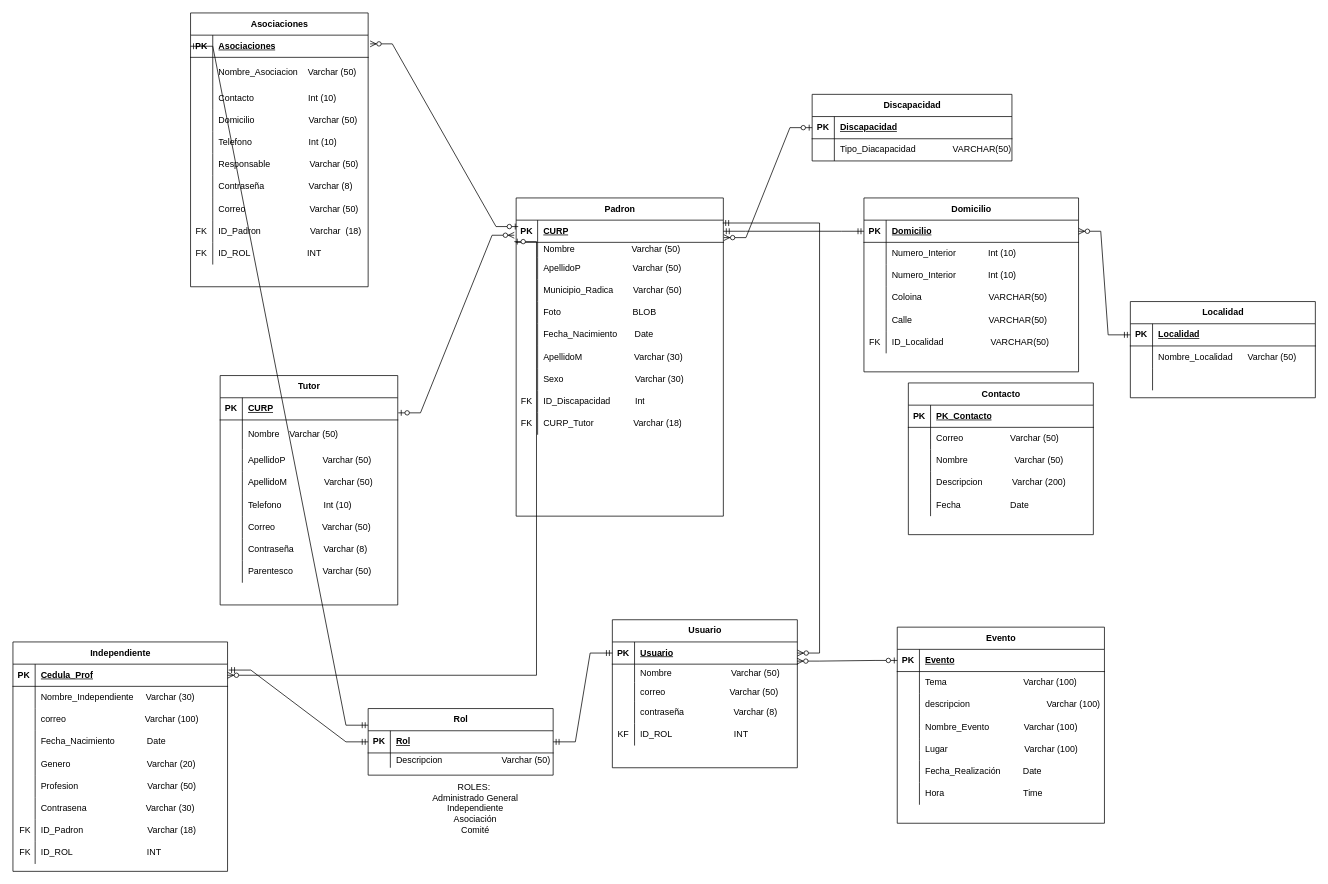
Above: diccionario_de_datos.drawio in OSCARCH2002/diagramas (draw.io), before the change. Source tidied: cells renumbered, new cells numbered last; positions are measured from the earlier drawing's top-left corner, leaving out a move shared by most shapes. Both pictures are drawn from the tidied source at 74%, with x=0, y=0 at pixel (13, 13).
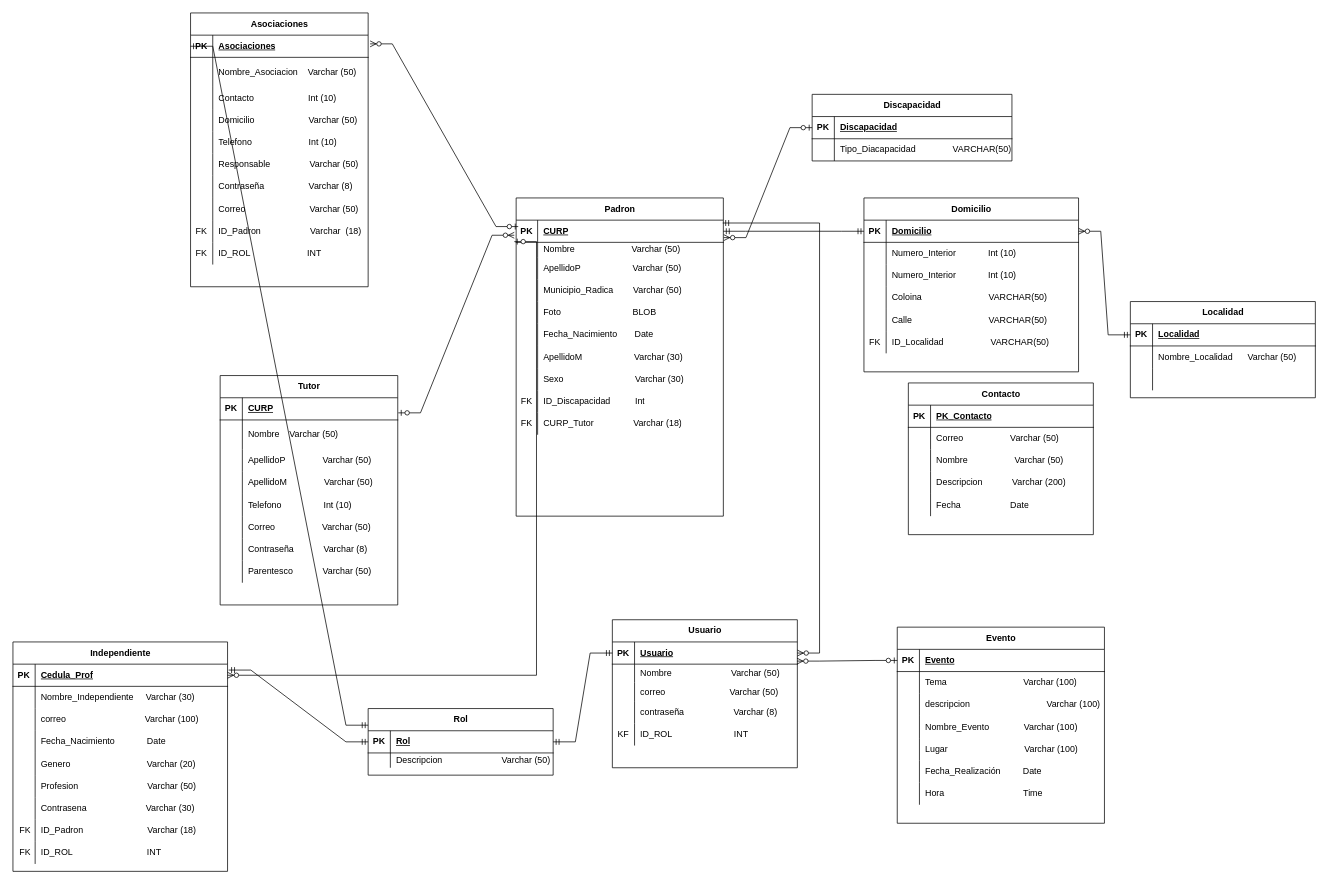
The same diagram, later.

The edit, as a diff of the source:
```diff
@@
-    <mxCell id="231" value="&lt;div&gt;ROLES:&amp;nbsp;&lt;/div&gt;Administrado General&lt;div&gt;Independiente&lt;/div&gt;&lt;div&gt;Asociación&lt;/div&gt;&lt;div&gt;Comité&lt;/div&gt;" style="text;html=1;align=center;verticalAlign=middle;whiteSpace=wrap;rounded=0;" parent="1" vertex="1">
-      <mxGeometry x="560" y="1040" width="130" height="70" as="geometry" />
-    </mxCell>
```
